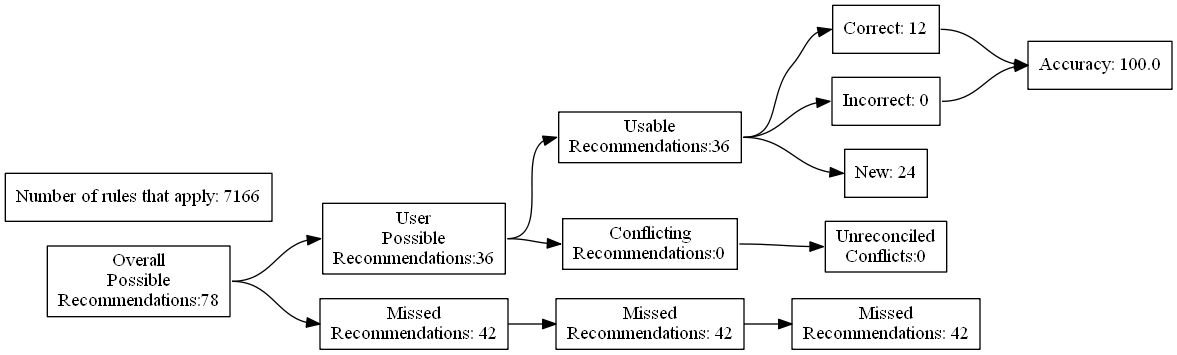
Before: test_renders/105.gv.png, a diagram exported from Graphviz (ZaxR/ibd_diet_analysis). Its source is kept beside it as test_renders/105.gv.
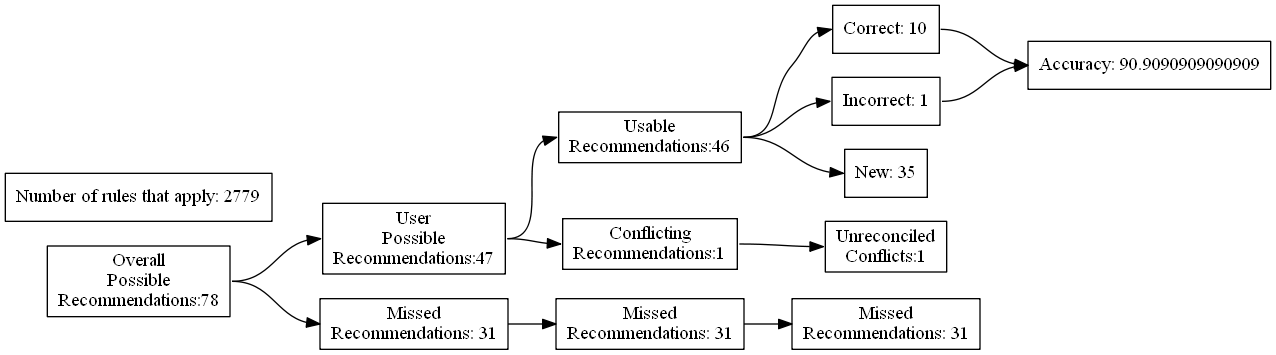
Later version of the same file.

Diff of the diagram source:
```diff
@@ -7,24 +7,24 @@
 Recommendations:78"]
 		B [label="User
 Possible
-Recommendations:36"]
+Recommendations:47"]
 		C [label="Missed
-Recommendations: 42"]
+Recommendations: 31"]
 		D [label="Usable
-Recommendations:36"]
+Recommendations:46"]
 		E [label="Conflicting
-Recommendations:0"]
+Recommendations:1"]
 		J [label="Missed
-Recommendations: 42"]
+Recommendations: 31"]
 		M [label="Unreconciled
-Conflicts:0"]
-		F [label="Correct: 12"]
-		G [label="Incorrect: 0"]
-		H [label="New: 24"]
+Conflicts:1"]
+		F [label="Correct: 10"]
+		G [label="Incorrect: 1"]
+		H [label="New: 35"]
 		K [label="Missed
-Recommendations: 42"]
-		I [label="Accuracy: 100.0"]
-		l [label="Number of rules that apply: 7166"]
+Recommendations: 31"]
+		I [label="Accuracy: 90.9090909090909"]
+		l [label="Number of rules that apply: 2779"]
 			A -> B
 			A -> C
 			B -> D
```
